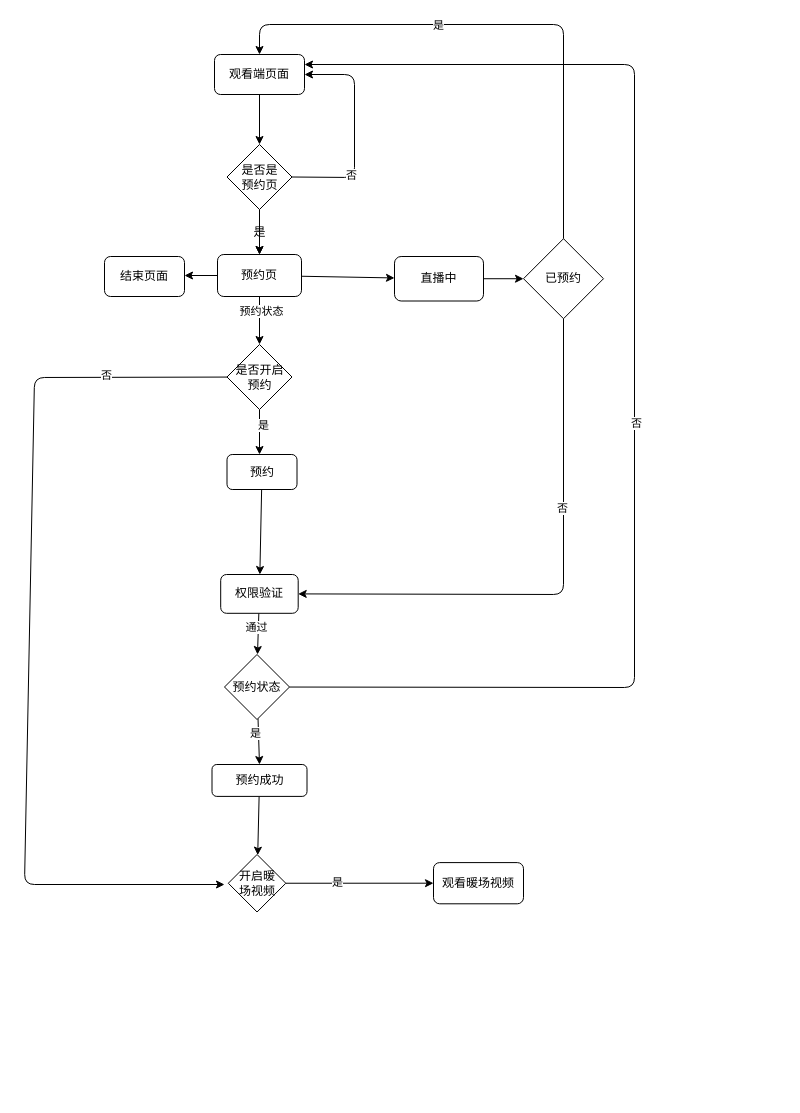
Above: src/packages/wap-subscribe-body/doc/subscribe.drawio in github-zoqg/vhall-platform (draw.io), before the change. Source tidied: cells renumbered, new cells numbered last; positions are measured from the earlier drawing's top-left corner, leaving out a move shared by most shapes. Both pictures are drawn from the tidied source at 100%, with x=0, y=0 at pixel (24, 24).
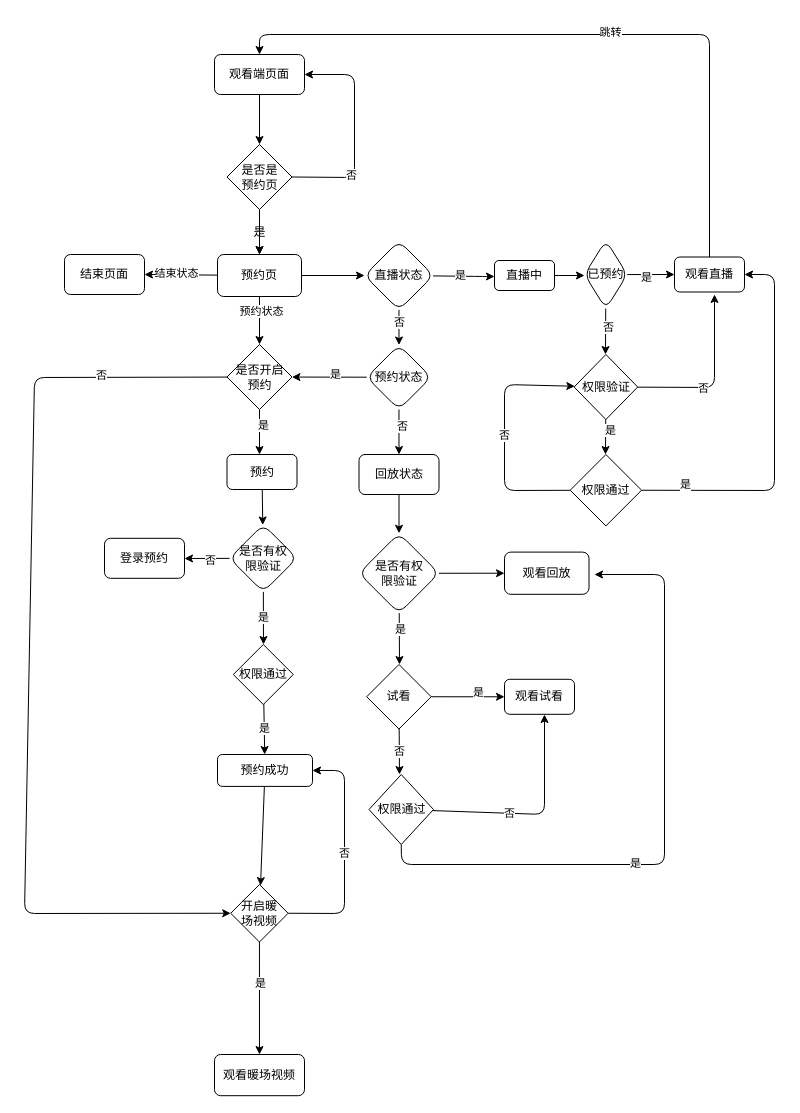
Above is the later version.

Commit message (it also covers changes not shown here):
feat: 添加预约页文档

Unchanged cells that the change refers to:
```xml
<mxCell id="3" value="观看端页面" style="rounded=1;whiteSpace=wrap;html=1;" parent="1" vertex="1">
  <mxGeometry x="190" y="30" width="90" height="40" as="geometry" />
</mxCell>
<mxCell id="13" value="预约页" style="rounded=1;whiteSpace=wrap;html=1;" parent="1" vertex="1">
  <mxGeometry x="193" y="230" width="84" height="42" as="geometry" />
</mxCell>
<mxCell id="19" value="是否开启&lt;br&gt;预约" style="rhombus;whiteSpace=wrap;html=1;" parent="1" vertex="1">
  <mxGeometry x="202.5" y="320" width="65" height="65" as="geometry" />
</mxCell>
<mxCell id="21" value="预约" style="rounded=1;whiteSpace=wrap;html=1;" parent="1" vertex="1">
  <mxGeometry x="202.5" y="430" width="70" height="35" as="geometry" />
</mxCell>
```

Diff of the diagram source:
```diff
@@
-    <mxCell id="9" style="edgeStyle=none;html=1;" parent="1" edge="1" source="13">
-      <mxGeometry relative="1" as="geometry">
-        <mxPoint x="160" y="251" as="targetPoint" />
-      </mxGeometry>
+    <mxCell id="9" style="edgeStyle=none;html=1;entryX=1;entryY=0.5;entryDx=0;entryDy=0;" parent="1" edge="1" source="13" target="14">
+      <mxGeometry relative="1" as="geometry" />
     </mxCell>
+    <mxCell id="43" value="结束状态" style="edgeLabel;html=1;align=center;verticalAlign=middle;" parent="9" vertex="1">
+      <mxGeometry x="0.16" y="-2" relative="1" as="geometry" />
+    </mxCell>
@@
-    <mxCell id="12" style="edgeStyle=none;html=1;" parent="1" edge="1" source="13" target="32">
-      <mxGeometry relative="1" as="geometry" />
-    </mxCell>
+    <mxCell id="44" style="edgeStyle=none;html=1;" parent="1" edge="1" source="13" target="52">
+      <mxGeometry relative="1" as="geometry" />
+    </mxCell>
@@
     <mxCell id="14" value="结束页面" style="rounded=1;whiteSpace=wrap;html=1;" parent="1" vertex="1">
-      <mxGeometry x="80" y="232" width="80" height="40" as="geometry" />
+      <mxGeometry x="40" y="230" width="80" height="40" as="geometry" />
     </mxCell>
@@
-    <mxCell id="17" style="edgeStyle=none;html=1;" parent="1" edge="1" source="19">
+    <mxCell id="17" style="edgeStyle=none;html=1;entryX=0;entryY=0.5;entryDx=0;entryDy=0;" parent="1" edge="1" source="19" target="29">
       <mxGeometry relative="1" as="geometry">
-        <mxPoint x="200" y="860" as="targetPoint" />
         <Array as="points">
           <mxPoint x="10" y="353" />
-          <mxPoint y="860" />
+          <mxPoint y="889" />
         </Array>
       </mxGeometry>
     </mxCell>
@@
-    <mxCell id="20" style="edgeStyle=none;html=1;" parent="1" edge="1" source="21" target="24">
-      <mxGeometry relative="1" as="geometry" />
-    </mxCell>
+    <mxCell id="45" style="edgeStyle=none;html=1;" parent="1" edge="1" source="21" target="66">
+      <mxGeometry relative="1" as="geometry" />
+    </mxCell>
@@
-    <mxCell id="22" style="edgeStyle=none;html=1;" parent="1" edge="1" source="24">
-      <mxGeometry relative="1" as="geometry">
-        <mxPoint x="233" y="630" as="targetPoint" />
-        <Array as="points">
-          <mxPoint x="233" y="630" />
-        </Array>
-      </mxGeometry>
-    </mxCell>
-    <mxCell id="23" value="通过" style="edgeLabel;html=1;align=center;verticalAlign=middle;" parent="22" vertex="1">
-      <mxGeometry x="-0.31" y="-2" relative="1" as="geometry" />
-    </mxCell>
-    <mxCell id="24" value="权限验证" style="whiteSpace=wrap;html=1;rounded=1;" parent="1" vertex="1">
-      <mxGeometry x="196.2" y="550" width="77.5" height="38.8" as="geometry" />
-    </mxCell>
@@
     <mxCell id="26" value="预约成功" style="whiteSpace=wrap;html=1;rounded=1;" parent="1" vertex="1">
-      <mxGeometry x="187.5" y="740" width="95" height="31.9" as="geometry" />
+      <mxGeometry x="193" y="730" width="95" height="31.9" as="geometry" />
     </mxCell>
-    <mxCell id="27" style="edgeStyle=none;html=1;entryX=0;entryY=0.5;entryDx=0;entryDy=0;" parent="1" edge="1" source="29" target="30">
+    <mxCell id="27" style="edgeStyle=none;html=1;" parent="1" edge="1" source="29" target="30">
       <mxGeometry relative="1" as="geometry" />
     </mxCell>
-    <mxCell id="28" value="是" style="edgeLabel;html=1;align=center;verticalAlign=middle;" parent="27" vertex="1">
-      <mxGeometry x="-0.31" y="1" relative="1" as="geometry" />
-    </mxCell>
+    <mxCell id="46" value="是" style="edgeLabel;html=1;align=center;verticalAlign=middle;" parent="27" vertex="1">
+      <mxGeometry x="-0.27" y="1" relative="1" as="geometry" />
+    </mxCell>
+    <mxCell id="47" value="否" style="edgeStyle=none;html=1;exitX=1;exitY=0.5;exitDx=0;exitDy=0;entryX=1;entryY=0.5;entryDx=0;entryDy=0;" parent="1" edge="1" source="29" target="26">
+      <mxGeometry relative="1" as="geometry">
+        <Array as="points">
+          <mxPoint x="320" y="889" />
+          <mxPoint x="320" y="746" />
+        </Array>
+      </mxGeometry>
+    </mxCell>
     <mxCell id="29" value="开启暖&lt;br&gt;场视频" style="rhombus;whiteSpace=wrap;html=1;" parent="1" vertex="1">
-      <mxGeometry x="203.8" y="830" width="57.5" height="57.5" as="geometry" />
+      <mxGeometry x="206.2" y="860" width="57.5" height="57.5" as="geometry" />
     </mxCell>
     <mxCell id="30" value="观看暖场视频" style="rounded=1;whiteSpace=wrap;html=1;" parent="1" vertex="1">
-      <mxGeometry x="409" y="838.1" width="90" height="41.2" as="geometry" />
+      <mxGeometry x="190" y="1030" width="90" height="41.2" as="geometry" />
     </mxCell>
-    <mxCell id="31" style="edgeStyle=none;html=1;" parent="1" edge="1" source="32" target="37">
-      <mxGeometry relative="1" as="geometry" />
-    </mxCell>
+    <mxCell id="48" style="edgeStyle=none;html=1;" parent="1" edge="1" source="52">
+      <mxGeometry relative="1" as="geometry">
+        <mxPoint x="470" y="252" as="targetPoint" />
+        <Array as="points">
+          <mxPoint x="460" y="252" />
+        </Array>
+      </mxGeometry>
+    </mxCell>
+    <mxCell id="49" value="是" style="edgeLabel;html=1;align=center;verticalAlign=middle;" parent="48" vertex="1">
+      <mxGeometry x="-0.11" y="1" relative="1" as="geometry" />
+    </mxCell>
+    <mxCell id="50" style="edgeStyle=none;html=1;" parent="1" edge="1" source="52" target="42">
+      <mxGeometry relative="1" as="geometry" />
+    </mxCell>
+    <mxCell id="51" value="否" style="edgeLabel;html=1;align=center;verticalAlign=middle;" parent="50" vertex="1">
+      <mxGeometry x="-0.31" relative="1" as="geometry" />
+    </mxCell>
+    <mxCell id="52" value="直播状态" style="rhombus;whiteSpace=wrap;html=1;rounded=1;" parent="1" vertex="1">
+      <mxGeometry x="340" y="216.5" width="69" height="69" as="geometry" />
+    </mxCell>
+    <mxCell id="53" style="edgeStyle=none;html=1;" parent="1" edge="1" source="42" target="19">
+      <mxGeometry relative="1" as="geometry" />
+    </mxCell>
+    <mxCell id="54" value="是" style="edgeLabel;html=1;align=center;verticalAlign=middle;" parent="53" vertex="1">
+      <mxGeometry x="-0.14" y="-3" relative="1" as="geometry" />
+    </mxCell>
+    <mxCell id="55" style="edgeStyle=none;html=1;" parent="1" edge="1" source="42" target="58">
+      <mxGeometry relative="1" as="geometry" />
+    </mxCell>
+    <mxCell id="56" value="否" style="edgeLabel;html=1;align=center;verticalAlign=middle;" parent="55" vertex="1">
+      <mxGeometry x="-0.26" y="3" relative="1" as="geometry" />
+    </mxCell>
+    <mxCell id="42" value="预约状态" style="rhombus;whiteSpace=wrap;html=1;rounded=1;" parent="1" vertex="1">
+      <mxGeometry x="342.2" y="320.5" width="64.5" height="64.5" as="geometry" />
+    </mxCell>
+    <mxCell id="57" style="edgeStyle=none;html=1;" parent="1" edge="1" source="58" target="62">
+      <mxGeometry relative="1" as="geometry" />
+    </mxCell>
+    <mxCell id="58" value="回放状态" style="rounded=1;whiteSpace=wrap;html=1;" parent="1" vertex="1">
+      <mxGeometry x="334.5" y="430" width="80" height="40" as="geometry" />
+    </mxCell>
+    <mxCell id="59" style="edgeStyle=none;html=1;" parent="1" edge="1" source="62">
+      <mxGeometry relative="1" as="geometry">
+        <mxPoint x="375" y="640" as="targetPoint" />
+      </mxGeometry>
+    </mxCell>
+    <mxCell id="60" value="是" style="edgeLabel;html=1;align=center;verticalAlign=middle;" parent="59" vertex="1">
+      <mxGeometry x="-0.36" y="1" relative="1" as="geometry" />
+    </mxCell>
+    <mxCell id="61" style="edgeStyle=none;html=1;" parent="1" edge="1" source="62" target="70">
+      <mxGeometry relative="1" as="geometry" />
+    </mxCell>
+    <mxCell id="62" value="是否有权&lt;br&gt;限验证" style="rhombus;whiteSpace=wrap;html=1;rounded=1;" parent="1" vertex="1">
+      <mxGeometry x="334.5" y="508.8" width="80" height="80" as="geometry" />
+    </mxCell>
+    <mxCell id="63" style="edgeStyle=none;html=1;" parent="1" edge="1" source="66">
+      <mxGeometry relative="1" as="geometry">
+        <mxPoint x="160" y="534" as="targetPoint" />
+      </mxGeometry>
+    </mxCell>
+    <mxCell id="64" value="否" style="edgeLabel;html=1;align=center;verticalAlign=middle;" parent="63" vertex="1">
+      <mxGeometry x="-0.11" y="2" relative="1" as="geometry" />
+    </mxCell>
+    <mxCell id="65" value="是" style="edgeStyle=none;html=1;" parent="1" edge="1" source="66">
+      <mxGeometry relative="1" as="geometry">
+        <mxPoint x="239" y="620" as="targetPoint" />
+      </mxGeometry>
+    </mxCell>
+    <mxCell id="66" value="是否有权&lt;br&gt;限验证" style="rhombus;whiteSpace=wrap;html=1;rounded=1;" parent="1" vertex="1">
+      <mxGeometry x="205" y="500" width="67.5" height="67.5" as="geometry" />
+    </mxCell>
+    <mxCell id="67" value="登录预约" style="rounded=1;whiteSpace=wrap;html=1;" parent="1" vertex="1">
+      <mxGeometry x="80" y="513.8" width="80" height="40" as="geometry" />
+    </mxCell>
+    <mxCell id="68" value="是" style="edgeStyle=none;html=1;" parent="1" edge="1" source="69" target="26">
+      <mxGeometry relative="1" as="geometry" />
+    </mxCell>
+    <mxCell id="69" value="权限通过" style="rhombus;whiteSpace=wrap;html=1;" parent="1" vertex="1">
+      <mxGeometry x="208.8" y="620" width="60" height="60" as="geometry" />
+    </mxCell>
+    <mxCell id="70" value="观看回放" style="rounded=1;whiteSpace=wrap;html=1;" parent="1" vertex="1">
+      <mxGeometry x="480" y="527.6" width="84.5" height="42.2" as="geometry" />
+    </mxCell>
+    <mxCell id="71" style="edgeStyle=none;html=1;" parent="1" edge="1" source="75">
+      <mxGeometry relative="1" as="geometry">
+        <mxPoint x="520" y="690" as="targetPoint" />
+        <Array as="points">
+          <mxPoint x="520" y="790" />
+        </Array>
+      </mxGeometry>
+    </mxCell>
+    <mxCell id="72" value="否" style="edgeLabel;html=1;align=center;verticalAlign=middle;" parent="71" vertex="1">
+      <mxGeometry x="-0.27" relative="1" as="geometry" />
+    </mxCell>
+    <mxCell id="73" style="edgeStyle=none;html=1;exitX=0.5;exitY=1;exitDx=0;exitDy=0;" parent="1" edge="1" source="75">
+      <mxGeometry relative="1" as="geometry">
+        <mxPoint x="570" y="550" as="targetPoint" />
+        <Array as="points">
+          <mxPoint x="377" y="840" />
+          <mxPoint x="640" y="840" />
+          <mxPoint x="640" y="550" />
+        </Array>
+      </mxGeometry>
+    </mxCell>
+    <mxCell id="74" value="是" style="edgeLabel;html=1;align=center;verticalAlign=middle;" parent="73" vertex="1">
+      <mxGeometry x="-0.21" y="2" relative="1" as="geometry" />
+    </mxCell>
+    <mxCell id="75" value="权限通过" style="rhombus;whiteSpace=wrap;html=1;" parent="1" vertex="1">
+      <mxGeometry x="344.5" y="750" width="64.5" height="70" as="geometry" />
+    </mxCell>
+    <mxCell id="76" value="否" style="edgeStyle=none;html=1;" parent="1" edge="1" source="79">
+      <mxGeometry relative="1" as="geometry">
+        <mxPoint x="375" y="750" as="targetPoint" />
+      </mxGeometry>
+    </mxCell>
+    <mxCell id="77" style="edgeStyle=none;html=1;" parent="1" edge="1" source="79" target="80">
+      <mxGeometry relative="1" as="geometry" />
+    </mxCell>
+    <mxCell id="78" value="是" style="edgeLabel;html=1;align=center;verticalAlign=middle;" parent="77" vertex="1">
+      <mxGeometry x="0.29" y="5" relative="1" as="geometry" />
+    </mxCell>
+    <mxCell id="79" value="试看" style="rhombus;whiteSpace=wrap;html=1;" parent="1" vertex="1">
+      <mxGeometry x="342.2" y="640" width="64.5" height="64.5" as="geometry" />
+    </mxCell>
+    <mxCell id="80" value="观看试看" style="rounded=1;whiteSpace=wrap;html=1;" parent="1" vertex="1">
+      <mxGeometry x="480" y="654.8" width="70" height="35" as="geometry" />
+    </mxCell>
+    <mxCell id="81" style="edgeStyle=none;html=1;" parent="1" edge="1" source="32">
+      <mxGeometry relative="1" as="geometry">
+        <mxPoint x="560" y="251" as="targetPoint" />
+      </mxGeometry>
+    </mxCell>
-    <mxCell id="32" value="直播中" style="whiteSpace=wrap;html=1;rounded=1;" parent="1" vertex="1">
-      <mxGeometry x="370" y="232" width="89" height="44.5" as="geometry" />
+    <mxCell id="32" value="直播中" style="rounded=1;whiteSpace=wrap;html=1;" parent="1" vertex="1">
+      <mxGeometry x="470" y="236" width="60" height="30" as="geometry" />
     </mxCell>
-    <mxCell id="33" style="edgeStyle=none;html=1;entryX=0.5;entryY=0;entryDx=0;entryDy=0;" parent="1" edge="1" source="37" target="3">
-      <mxGeometry relative="1" as="geometry">
-        <Array as="points">
-          <mxPoint x="539" />
-          <mxPoint x="235" />
-        </Array>
-      </mxGeometry>
-    </mxCell>
-    <mxCell id="34" value="是" style="edgeLabel;html=1;align=center;verticalAlign=middle;" parent="33" vertex="1">
-      <mxGeometry x="0.24" relative="1" as="geometry" />
-    </mxCell>
-    <mxCell id="35" style="edgeStyle=none;html=1;entryX=1;entryY=0.5;entryDx=0;entryDy=0;" parent="1" edge="1" source="37" target="24">
-      <mxGeometry relative="1" as="geometry">
-        <Array as="points">
-          <mxPoint x="539" y="570" />
-        </Array>
-      </mxGeometry>
-    </mxCell>
-    <mxCell id="36" value="否" style="edgeLabel;html=1;align=center;verticalAlign=middle;" parent="35" vertex="1">
-      <mxGeometry x="-0.3" y="-2" relative="1" as="geometry" />
-    </mxCell>
+    <mxCell id="82" style="edgeStyle=none;html=1;" parent="1" edge="1" source="37" target="88">
+      <mxGeometry relative="1" as="geometry" />
+    </mxCell>
+    <mxCell id="83" value="是" style="edgeLabel;html=1;align=center;verticalAlign=middle;" parent="82" vertex="1">
+      <mxGeometry x="-0.19" y="-2" relative="1" as="geometry" />
+    </mxCell>
+    <mxCell id="84" style="edgeStyle=none;html=1;" parent="1" edge="1" source="37">
+      <mxGeometry relative="1" as="geometry">
+        <mxPoint x="581" y="330" as="targetPoint" />
+      </mxGeometry>
+    </mxCell>
+    <mxCell id="85" value="否" style="edgeLabel;html=1;align=center;verticalAlign=middle;" parent="84" vertex="1">
+      <mxGeometry x="-0.23" y="2" relative="1" as="geometry" />
+    </mxCell>
-    <mxCell id="37" value="已预约" style="rhombus;whiteSpace=wrap;html=1;" parent="1" vertex="1">
-      <mxGeometry x="499" y="214.2" width="80" height="80" as="geometry" />
+    <mxCell id="37" value="已预约" style="rhombus;whiteSpace=wrap;html=1;rounded=1;" parent="1" vertex="1">
+      <mxGeometry x="560" y="215.8" width="42.8" height="68.5" as="geometry" />
     </mxCell>
-    <mxCell id="38" style="edgeStyle=none;html=1;entryX=1;entryY=0.25;entryDx=0;entryDy=0;" parent="1" edge="1" source="42" target="3">
-      <mxGeometry relative="1" as="geometry">
-        <Array as="points">
-          <mxPoint x="610" y="663" />
-          <mxPoint x="610" y="40" />
-        </Array>
-      </mxGeometry>
-    </mxCell>
-    <mxCell id="39" value="否" style="edgeLabel;html=1;align=center;verticalAlign=middle;" parent="38" vertex="1">
-      <mxGeometry x="-0.06" y="-2" relative="1" as="geometry">
-        <mxPoint x="-1" as="offset" />
-      </mxGeometry>
-    </mxCell>
-    <mxCell id="40" style="edgeStyle=none;html=1;entryX=0.5;entryY=0;entryDx=0;entryDy=0;" parent="1" edge="1" source="42" target="26">
-      <mxGeometry relative="1" as="geometry" />
-    </mxCell>
-    <mxCell id="41" value="是" style="edgeLabel;html=1;align=center;verticalAlign=middle;" parent="40" vertex="1">
-      <mxGeometry x="-0.38" y="-3" relative="1" as="geometry" />
-    </mxCell>
-    <mxCell id="42" value="预约状态" style="rhombus;whiteSpace=wrap;html=1;" parent="1" vertex="1">
-      <mxGeometry x="200" y="630" width="65" height="65" as="geometry" />
-    </mxCell>
+    <mxCell id="86" style="edgeStyle=none;html=1;entryX=0.5;entryY=0;entryDx=0;entryDy=0;" parent="1" edge="1" source="88" target="3">
+      <mxGeometry relative="1" as="geometry">
+        <Array as="points">
+          <mxPoint x="685" y="10" />
+          <mxPoint x="235" y="10" />
+        </Array>
+      </mxGeometry>
+    </mxCell>
+    <mxCell id="87" value="跳转" style="edgeLabel;html=1;align=center;verticalAlign=middle;" parent="86" vertex="1">
+      <mxGeometry x="-0.07" y="-3" relative="1" as="geometry" />
+    </mxCell>
+    <mxCell id="88" value="观看直播" style="whiteSpace=wrap;html=1;rounded=1;" parent="1" vertex="1">
+      <mxGeometry x="650" y="232.5" width="70" height="35" as="geometry" />
+    </mxCell>
+    <mxCell id="89" style="edgeStyle=none;html=1;" parent="1" edge="1" source="24">
+      <mxGeometry relative="1" as="geometry">
+        <mxPoint x="690" y="270" as="targetPoint" />
+        <Array as="points">
+          <mxPoint x="690" y="363" />
+        </Array>
+      </mxGeometry>
+    </mxCell>
+    <mxCell id="90" value="否" style="edgeLabel;html=1;align=center;verticalAlign=middle;" parent="89" vertex="1">
+      <mxGeometry x="-0.24" y="-1" relative="1" as="geometry" />
+    </mxCell>
+    <mxCell id="91" style="edgeStyle=none;html=1;" parent="1" edge="1" source="24">
+      <mxGeometry relative="1" as="geometry">
+        <mxPoint x="581" y="430" as="targetPoint" />
+      </mxGeometry>
+    </mxCell>
+    <mxCell id="92" value="是" style="edgeLabel;html=1;align=center;verticalAlign=middle;" parent="91" vertex="1">
+      <mxGeometry x="-0.36" y="4" relative="1" as="geometry" />
+    </mxCell>
+    <mxCell id="24" value="权限验证" style="rhombus;whiteSpace=wrap;html=1;" parent="1" vertex="1">
+      <mxGeometry x="549.6" y="330" width="63.6" height="65" as="geometry" />
+    </mxCell>
+    <mxCell id="93" value="否" style="edgeStyle=none;html=1;" parent="1" edge="1" source="96" target="24">
+      <mxGeometry relative="1" as="geometry">
+        <Array as="points">
+          <mxPoint x="480" y="466" />
+          <mxPoint x="480" y="360" />
+        </Array>
+      </mxGeometry>
+    </mxCell>
+    <mxCell id="94" style="edgeStyle=none;html=1;entryX=1;entryY=0.5;entryDx=0;entryDy=0;" parent="1" edge="1" source="96" target="88">
+      <mxGeometry relative="1" as="geometry">
+        <Array as="points">
+          <mxPoint x="750" y="466" />
+          <mxPoint x="750" y="250" />
+        </Array>
+      </mxGeometry>
+    </mxCell>
+    <mxCell id="95" value="是" style="edgeLabel;html=1;align=center;verticalAlign=middle;" parent="94" vertex="1">
+      <mxGeometry x="-0.16" y="1" relative="1" as="geometry">
+        <mxPoint x="-89" y="20" as="offset" />
+      </mxGeometry>
+    </mxCell>
+    <mxCell id="96" value="权限通过" style="rhombus;whiteSpace=wrap;html=1;" parent="1" vertex="1">
+      <mxGeometry x="545.7" y="430" width="71.4" height="71.4" as="geometry" />
+    </mxCell>
```
